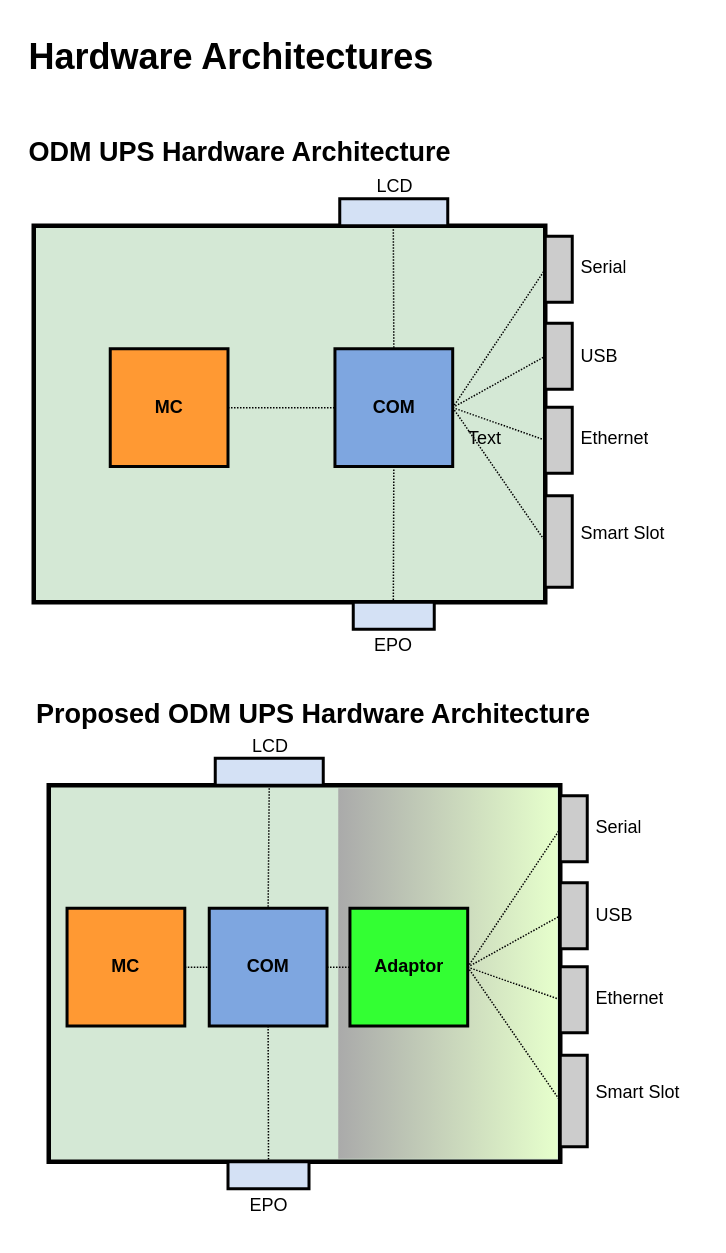
Before: page "Hardware Architecture" (1 of 2) of system_blocks.drawio in maxpeng/smt_refresh_plan, a draw.io diagram. Source tidied: cells renumbered, new cells numbered last; positions are measured from the earlier drawing's top-left corner, leaving out a move shared by most shapes. Both pictures are drawn from the tidied source at 150%, with x=0, y=0 at pixel (26, 26).
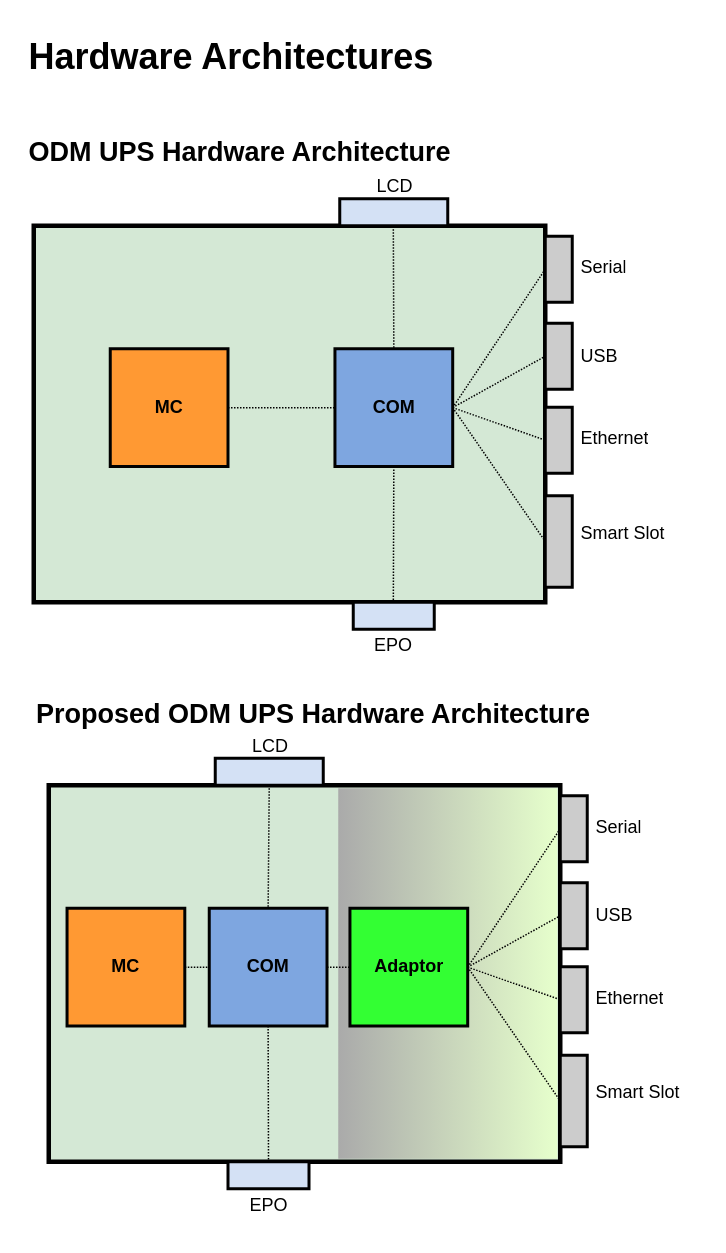
Above is the later version.

The edit, as a diff of the source:
```diff
@@
-    <mxCell id="59" value="Text" style="text;html=1;whiteSpace=wrap;strokeColor=none;fillColor=none;align=center;verticalAlign=middle;rounded=0;" parent="1" vertex="1">
-      <mxGeometry x="276" y="260" width="60" height="30" as="geometry" />
-    </mxCell>
```
